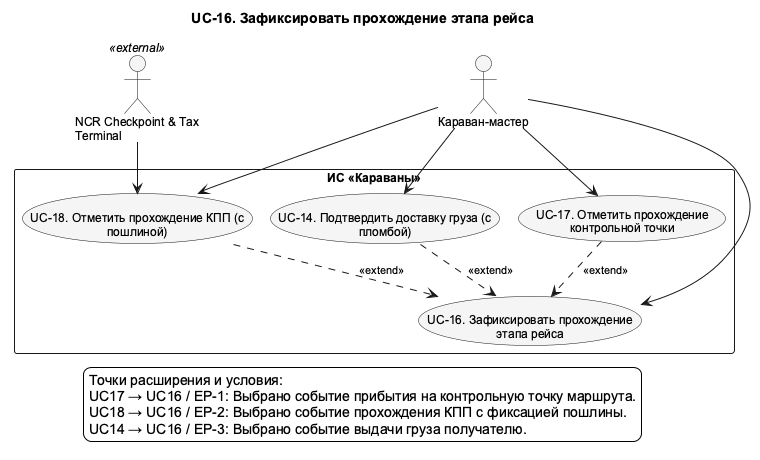
granikartem/MPI keeps this PlantUML diagram as docs/diagrams/out/UC_16_Detail.png. Above is the earlier version. The source it was exported from:
```plantuml
@startuml UC_16_Detail
!pragma layout smetana
skinparam shadowing false
skinparam defaultFontName Arial
skinparam defaultFontSize 12
skinparam backgroundColor white
skinparam nodesep 75
skinparam ranksep 100
skinparam ArrowFontSize 11
skinparam usecaseBackgroundColor #F5F5F5
skinparam activityBackgroundColor #F5F5F5
top to bottom direction
title UC-16. Зафиксировать прохождение этапа рейса

actor "Караван-мастер" as CaravanMaster
actor "NCR Checkpoint & Tax\nTerminal" as NCR <<external>>
rectangle "ИС «Караваны»" as SystemBoundary {
  usecase "UC-14. Подтвердить доставку груза (с\nпломбой)" as UC14
  usecase "UC-16. Зафиксировать прохождение\nэтапа рейса" as UC16
  usecase "UC-17. Отметить прохождение\nконтрольной точки" as UC17
  usecase "UC-18. Отметить прохождение КПП (с\nпошлиной)" as UC18
}
UC17 ..> UC16 : <<extend>>
UC18 ..> UC16 : <<extend>>
UC14 ..> UC16 : <<extend>>
CaravanMaster --> UC14
CaravanMaster --> UC16
CaravanMaster --> UC17
CaravanMaster --> UC18
NCR --> UC18
legend bottom
  Точки расширения и условия:
  UC17 → UC16 / EP-1: Выбрано событие прибытия на контрольную точку маршрута.
  UC18 → UC16 / EP-2: Выбрано событие прохождения КПП с фиксацией пошлины.
  UC14 → UC16 / EP-3: Выбрано событие выдачи груза получателю.
endlegend
@enduml
```
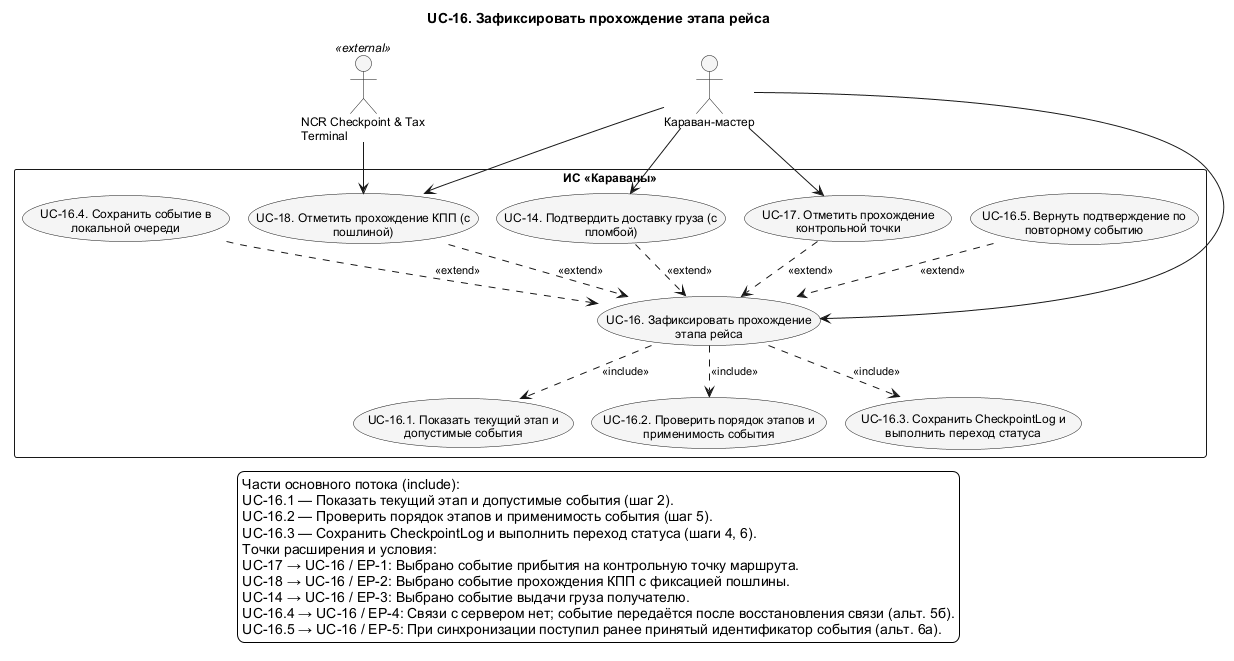
After the commit.

What changed in the source:
```diff
@@ -19,19 +19,35 @@
   usecase "UC-16. Зафиксировать прохождение\nэтапа рейса" as UC16
   usecase "UC-17. Отметить прохождение\nконтрольной точки" as UC17
   usecase "UC-18. Отметить прохождение КПП (с\nпошлиной)" as UC18
+  usecase "UC-16.1. Показать текущий этап и\nдопустимые события" as UC16_1
+  usecase "UC-16.2. Проверить порядок этапов и\nприменимость события" as UC16_2
+  usecase "UC-16.3. Сохранить CheckpointLog и\nвыполнить переход статуса" as UC16_3
+  usecase "UC-16.4. Сохранить событие в\nлокальной очереди" as UC16_4
+  usecase "UC-16.5. Вернуть подтверждение по\nповторному событию" as UC16_5
 }
 UC17 ..> UC16 : <<extend>>
 UC18 ..> UC16 : <<extend>>
 UC14 ..> UC16 : <<extend>>
+UC16 ..> UC16_1 : <<include>>
+UC16 ..> UC16_2 : <<include>>
+UC16 ..> UC16_3 : <<include>>
+UC16_4 ..> UC16 : <<extend>>
+UC16_5 ..> UC16 : <<extend>>
 CaravanMaster --> UC14
 CaravanMaster --> UC16
 CaravanMaster --> UC17
 CaravanMaster --> UC18
 NCR --> UC18
 legend bottom
+  Части основного потока (include):
+  UC-16.1 — Показать текущий этап и допустимые события (шаг 2).
+  UC-16.2 — Проверить порядок этапов и применимость события (шаг 5).
+  UC-16.3 — Сохранить CheckpointLog и выполнить переход статуса (шаги 4, 6).
   Точки расширения и условия:
-  UC17 → UC16 / EP-1: Выбрано событие прибытия на контрольную точку маршрута.
-  UC18 → UC16 / EP-2: Выбрано событие прохождения КПП с фиксацией пошлины.
-  UC14 → UC16 / EP-3: Выбрано событие выдачи груза получателю.
+  UC-17 → UC-16 / EP-1: Выбрано событие прибытия на контрольную точку маршрута.
+  UC-18 → UC-16 / EP-2: Выбрано событие прохождения КПП с фиксацией пошлины.
+  UC-14 → UC-16 / EP-3: Выбрано событие выдачи груза получателю.
+  UC-16.4 → UC-16 / EP-4: Связи с сервером нет; событие передаётся после восстановления связи (альт. 5б).
+  UC-16.5 → UC-16 / EP-5: При синхронизации поступил ранее принятый идентификатор события (альт. 6а).
 endlegend
 @enduml
```
